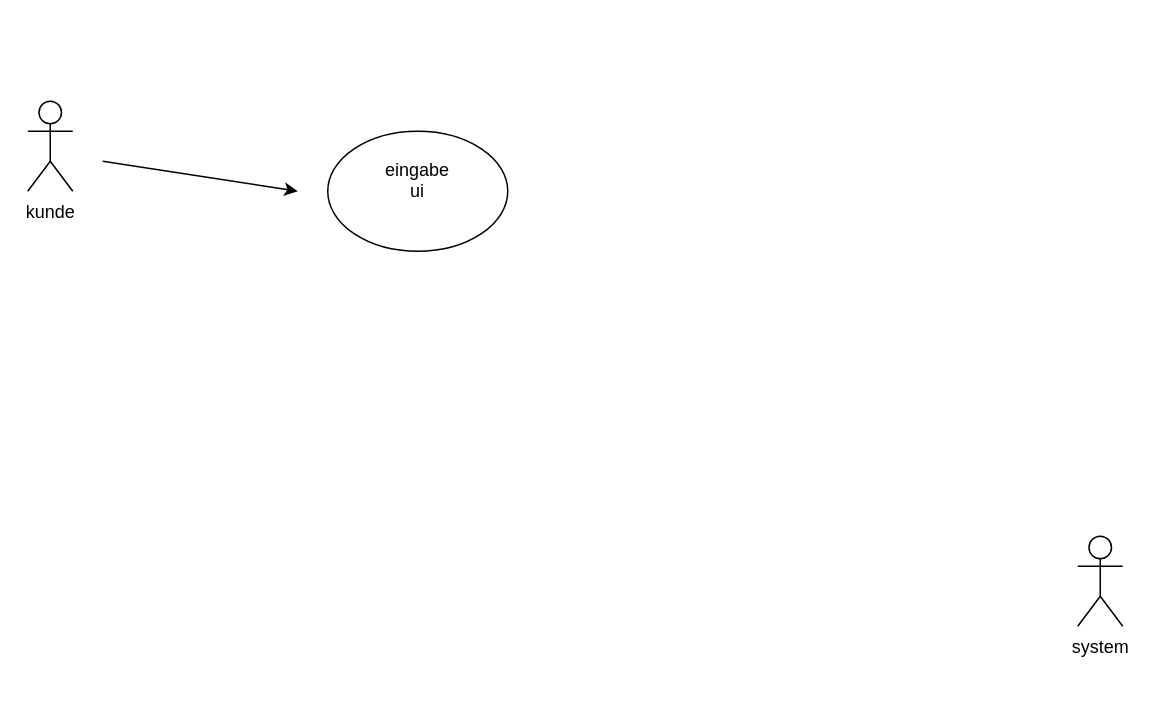
Before: bauanleitungdia.drawio in schattnkatz98/Team-Projekt-Michael-u-Julian, a draw.io diagram. Source tidied: cells renumbered, new cells numbered last; positions are measured from the earlier drawing's top-left corner, leaving out a move shared by most shapes. Both pictures are drawn from the tidied source at 150%, with x=0, y=0 at pixel (27, 100).
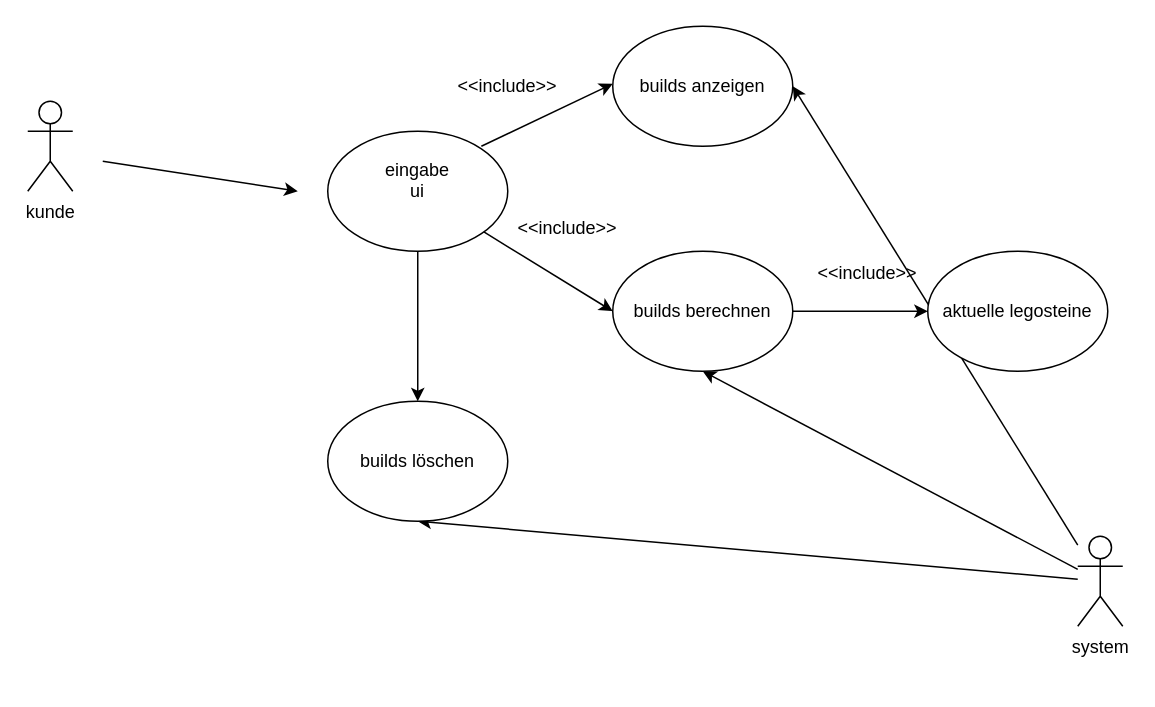
After the change.

Unchanged cells that the change refers to:
```xml
<mxCell id="3" value="&lt;div&gt;system&lt;/div&gt;&lt;div&gt;&lt;br&gt;&lt;/div&gt;" style="shape=umlActor;verticalLabelPosition=bottom;verticalAlign=top;html=1;outlineConnect=0;" parent="1" vertex="1">
  <mxGeometry x="700" y="290" width="30" height="60" as="geometry" />
</mxCell>
<mxCell id="5" value="&lt;div&gt;eingabe&lt;/div&gt;&lt;div&gt;ui&lt;/div&gt;&lt;div&gt;&lt;br&gt;&lt;/div&gt;" style="ellipse;whiteSpace=wrap;html=1;" parent="1" vertex="1">
  <mxGeometry x="200" y="20" width="120" height="80" as="geometry" />
</mxCell>
```

Change to the diagram source:
```diff
@@
+    <mxCell id="6" style="rounded=0;jettySize=auto;html=1;entryX=1;entryY=0.5;entryDx=0;entryDy=0;" parent="1" edge="1" source="3" target="12">
+      <mxGeometry relative="1" as="geometry" />
+    </mxCell>
+    <mxCell id="7" style="rounded=0;jettySize=auto;html=1;entryX=0.5;entryY=1;entryDx=0;entryDy=0;" parent="1" edge="1" source="3" target="14">
+      <mxGeometry relative="1" as="geometry" />
+    </mxCell>
+    <mxCell id="8" style="rounded=0;jettySize=auto;html=1;entryX=0.5;entryY=1;entryDx=0;entryDy=0;" parent="1" edge="1" source="3" target="19">
+      <mxGeometry relative="1" as="geometry" />
+    </mxCell>
@@
+    <mxCell id="9" style="rounded=0;orthogonalLoop=1;jettySize=auto;html=1;exitX=1;exitY=0;exitDx=0;exitDy=0;entryX=0;entryY=0.5;entryDx=0;entryDy=0;" parent="1" edge="1">
+      <mxGeometry relative="1" as="geometry">
+        <mxPoint x="302.4" y="30" as="sourcePoint" />
+        <mxPoint x="390" y="-11.7" as="targetPoint" />
+      </mxGeometry>
+    </mxCell>
+    <mxCell id="10" style="rounded=0;jettySize=auto;html=1;entryX=0;entryY=0.5;entryDx=0;entryDy=0;" parent="1" edge="1" source="5" target="14">
+      <mxGeometry relative="1" as="geometry" />
+    </mxCell>
+    <mxCell id="11" style="edgeStyle=orthogonalEdgeStyle;rounded=0;jettySize=auto;html=1;exitX=0.5;exitY=1;exitDx=0;exitDy=0;entryX=0.5;entryY=0;entryDx=0;entryDy=0;" parent="1" edge="1" source="5" target="19">
+      <mxGeometry relative="1" as="geometry" />
+    </mxCell>
@@
+    <mxCell id="12" value="builds anzeigen" style="ellipse;whiteSpace=wrap;html=1;" parent="1" vertex="1">
+      <mxGeometry x="390" y="-50" width="120" height="80" as="geometry" />
+    </mxCell>
+    <mxCell id="13" style="edgeStyle=orthogonalEdgeStyle;rounded=0;jettySize=auto;html=1;entryX=0;entryY=0.5;entryDx=0;entryDy=0;" parent="1" edge="1" source="14" target="16">
+      <mxGeometry relative="1" as="geometry" />
+    </mxCell>
+    <mxCell id="14" value="builds berechnen" style="ellipse;whiteSpace=wrap;html=1;" parent="1" vertex="1">
+      <mxGeometry x="390" y="100" width="120" height="80" as="geometry" />
+    </mxCell>
+    <mxCell id="15" value="&amp;lt;&amp;lt;include&amp;gt;&amp;gt;" style="text;html=1;whiteSpace=wrap;strokeColor=none;fillColor=none;align=center;verticalAlign=middle;rounded=0;" parent="1" vertex="1">
+      <mxGeometry x="290" y="-25" width="60" height="30" as="geometry" />
+    </mxCell>
+    <mxCell id="16" value="aktuelle legosteine" style="ellipse;whiteSpace=wrap;html=1;" parent="1" vertex="1">
+      <mxGeometry x="600" y="100" width="120" height="80" as="geometry" />
+    </mxCell>
+    <mxCell id="17" value="&amp;lt;&amp;lt;include&amp;gt;&amp;gt;" style="text;html=1;whiteSpace=wrap;strokeColor=none;fillColor=none;align=center;verticalAlign=middle;rounded=0;" parent="1" vertex="1">
+      <mxGeometry x="530" y="100" width="60" height="30" as="geometry" />
+    </mxCell>
+    <mxCell id="18" value="&amp;lt;&amp;lt;include&amp;gt;&amp;gt;" style="text;html=1;whiteSpace=wrap;strokeColor=none;fillColor=none;align=center;verticalAlign=middle;rounded=0;" parent="1" vertex="1">
+      <mxGeometry x="330" y="70" width="60" height="30" as="geometry" />
+    </mxCell>
+    <mxCell id="19" value="builds löschen" style="ellipse;whiteSpace=wrap;html=1;" parent="1" vertex="1">
+      <mxGeometry x="200" y="200" width="120" height="80" as="geometry" />
+    </mxCell>
```
